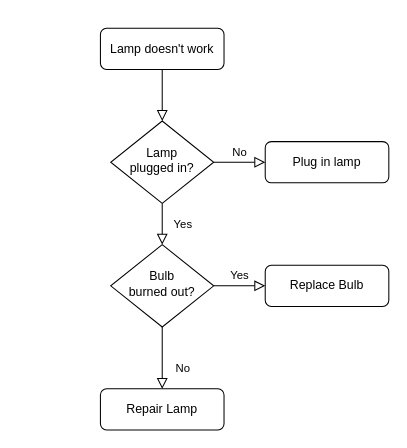
This is 未命名绘图.drawio from eSheepFred/eSheepFred, a draw.io file, before an edit. Source tidied: cells renumbered, new cells numbered last; positions are measured from the earlier drawing's top-left corner, leaving out a move shared by most shapes. Both pictures are drawn from the tidied source at 103%, with x=0, y=0 at pixel (100, 28).
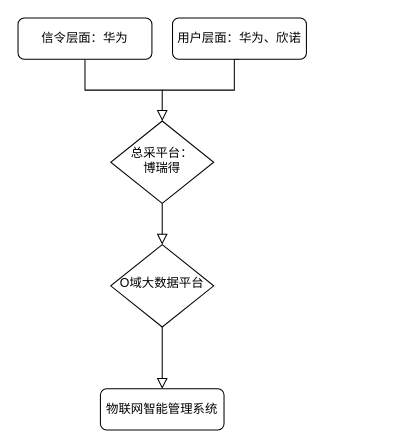
The same page after the edit.

Change to the diagram source:
```diff
@@
 <mxGraphModel>
   <root>
     <mxCell id="0" />
     <mxCell id="1" parent="0" />
     <mxCell id="2" style="rounded=0;html=1;jettySize=auto;fontSize=11;endArrow=block;endFill=0;endSize=8;strokeWidth=1;shadow=0;labelBackgroundColor=none;edgeStyle=orthogonalEdgeStyle;" parent="1" edge="1" source="3" target="6">
       <mxGeometry relative="1" as="geometry" />
     </mxCell>
-    <mxCell id="3" value="Lamp doesn't work" style="rounded=1;whiteSpace=wrap;html=1;fontSize=12;glass=0;strokeWidth=1;shadow=0;" parent="1" vertex="1">
-      <mxGeometry width="120" height="40" as="geometry" />
+    <mxCell id="3" value="信令层面：华为" style="rounded=1;whiteSpace=wrap;html=1;fontSize=12;glass=0;strokeWidth=1;shadow=0;" parent="1" vertex="1">
+      <mxGeometry x="-80" y="-10" width="130" height="40" as="geometry" />
     </mxCell>
-    <mxCell id="4" value="Yes" style="rounded=0;html=1;jettySize=auto;fontSize=11;endArrow=block;endFill=0;endSize=8;strokeWidth=1;shadow=0;labelBackgroundColor=none;edgeStyle=orthogonalEdgeStyle;" parent="1" edge="1" source="6" target="10">
+    <mxCell id="4" style="rounded=0;html=1;jettySize=auto;fontSize=11;endArrow=block;endFill=0;endSize=8;strokeWidth=1;shadow=0;labelBackgroundColor=none;edgeStyle=orthogonalEdgeStyle;" parent="1" edge="1" source="6" target="10">
       <mxGeometry y="20" relative="1" as="geometry" />
     </mxCell>
-    <mxCell id="5" value="No" style="edgeStyle=orthogonalEdgeStyle;rounded=0;html=1;jettySize=auto;fontSize=11;endArrow=block;endFill=0;endSize=8;strokeWidth=1;shadow=0;labelBackgroundColor=none;" parent="1" edge="1" source="6" target="7">
-      <mxGeometry y="10" relative="1" as="geometry" />
-    </mxCell>
-    <mxCell id="6" value="Lamp&lt;br&gt;plugged in?" style="rhombus;whiteSpace=wrap;html=1;shadow=0;fontFamily=Helvetica;fontSize=12;align=center;strokeWidth=1;spacing=6;spacingTop=-4;" parent="1" vertex="1">
+    <mxCell id="6" value="&lt;div style=&quot;&quot;&gt;总采平台：&lt;/div&gt;&lt;div style=&quot;&quot;&gt;博瑞得&lt;/div&gt;" style="rhombus;whiteSpace=wrap;html=1;shadow=0;fontFamily=Helvetica;fontSize=12;align=center;strokeWidth=1;spacing=6;spacingTop=-4;" parent="1" vertex="1">
       <mxGeometry x="10" y="90" width="100" height="80" as="geometry" />
     </mxCell>
-    <mxCell id="7" value="Plug in lamp" style="rounded=1;whiteSpace=wrap;html=1;fontSize=12;glass=0;strokeWidth=1;shadow=0;" parent="1" vertex="1">
-      <mxGeometry x="160" y="110" width="120" height="40" as="geometry" />
-    </mxCell>
-    <mxCell id="8" value="No" style="rounded=0;html=1;jettySize=auto;fontSize=11;endArrow=block;endFill=0;endSize=8;strokeWidth=1;shadow=0;labelBackgroundColor=none;edgeStyle=orthogonalEdgeStyle;" parent="1" edge="1" source="10" target="11">
+    <mxCell id="8" style="rounded=0;html=1;jettySize=auto;fontSize=11;endArrow=block;endFill=0;endSize=8;strokeWidth=1;shadow=0;labelBackgroundColor=none;edgeStyle=orthogonalEdgeStyle;" parent="1" edge="1" source="10" target="11">
       <mxGeometry x="0.33" y="20" relative="1" as="geometry" />
     </mxCell>
-    <mxCell id="9" value="Yes" style="edgeStyle=orthogonalEdgeStyle;rounded=0;html=1;jettySize=auto;fontSize=11;endArrow=block;endFill=0;endSize=8;strokeWidth=1;shadow=0;labelBackgroundColor=none;" parent="1" edge="1" source="10" target="12">
-      <mxGeometry y="10" relative="1" as="geometry" />
-    </mxCell>
-    <mxCell id="10" value="Bulb&lt;br&gt;burned out?" style="rhombus;whiteSpace=wrap;html=1;shadow=0;fontFamily=Helvetica;fontSize=12;align=center;strokeWidth=1;spacing=6;spacingTop=-4;" parent="1" vertex="1">
+    <mxCell id="10" value="O域大数据平台" style="rhombus;whiteSpace=wrap;html=1;shadow=0;fontFamily=Helvetica;fontSize=12;align=center;strokeWidth=1;spacing=6;spacingTop=-4;" parent="1" vertex="1">
       <mxGeometry x="10" y="210" width="100" height="80" as="geometry" />
     </mxCell>
-    <mxCell id="11" value="Repair Lamp" style="rounded=1;whiteSpace=wrap;html=1;fontSize=12;glass=0;strokeWidth=1;shadow=0;" parent="1" vertex="1">
+    <mxCell id="11" value="物联网智能管理系统" style="rounded=1;whiteSpace=wrap;html=1;fontSize=12;glass=0;strokeWidth=1;shadow=0;" parent="1" vertex="1">
       <mxGeometry y="350" width="120" height="40" as="geometry" />
     </mxCell>
-    <mxCell id="12" value="Replace Bulb" style="rounded=1;whiteSpace=wrap;html=1;fontSize=12;glass=0;strokeWidth=1;shadow=0;" parent="1" vertex="1">
-      <mxGeometry x="160" y="230" width="120" height="40" as="geometry" />
-    </mxCell>
+    <mxCell id="13" style="edgeStyle=orthogonalEdgeStyle;rounded=0;jettySize=auto;html=1;exitX=0.5;exitY=1;exitDx=0;exitDy=0;endArrow=none;endFill=0;" parent="1" edge="1" source="14">
+      <mxGeometry relative="1" as="geometry">
+        <mxPoint x="60" y="60" as="targetPoint" />
+        <Array as="points">
+          <mxPoint x="130" y="60" />
+        </Array>
+      </mxGeometry>
+    </mxCell>
+    <mxCell id="14" value="用户层面：华为、欣诺" style="rounded=1;whiteSpace=wrap;html=1;fontSize=12;glass=0;strokeWidth=1;shadow=0;" parent="1" vertex="1">
+      <mxGeometry x="70" y="-10" width="130" height="40" as="geometry" />
+    </mxCell>
   </root>
 </mxGraphModel>
```
